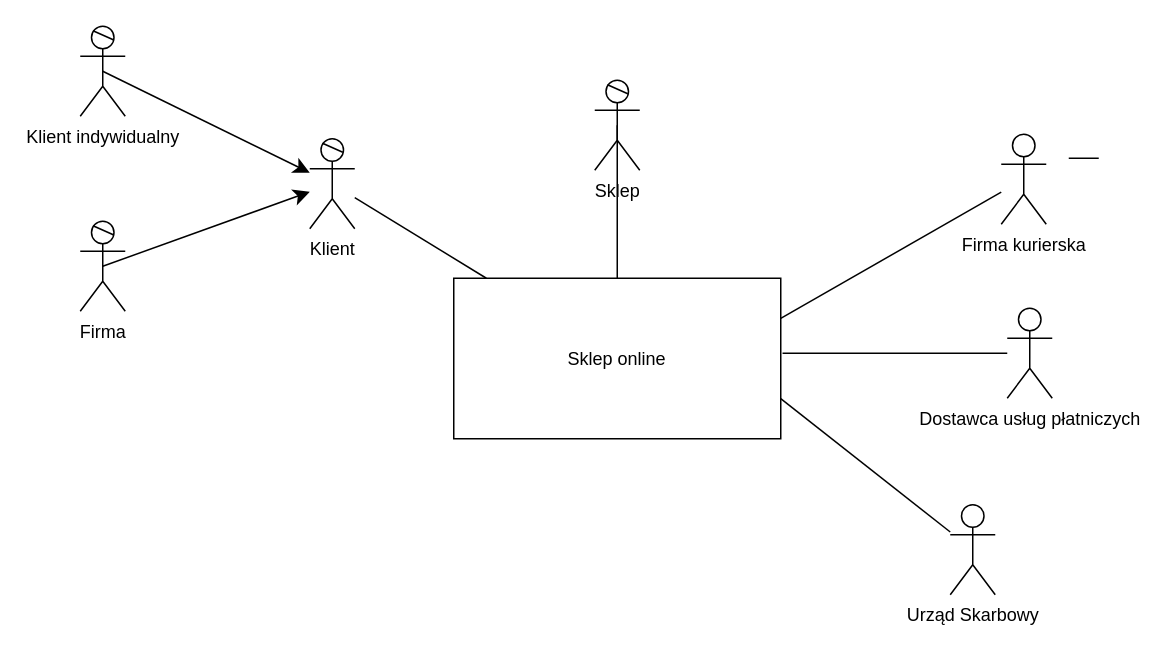
Tarik-Alaiwi-dev/psi keeps this draw.io diagram as Diagram bez tytułu.drawio. Above is the earlier version. Source tidied: cells renumbered, new cells numbered last; positions are measured from the earlier drawing's top-left corner, leaving out a move shared by most shapes. Both pictures are drawn from the tidied source at 150%, with x=0, y=0 at pixel (80, 26).
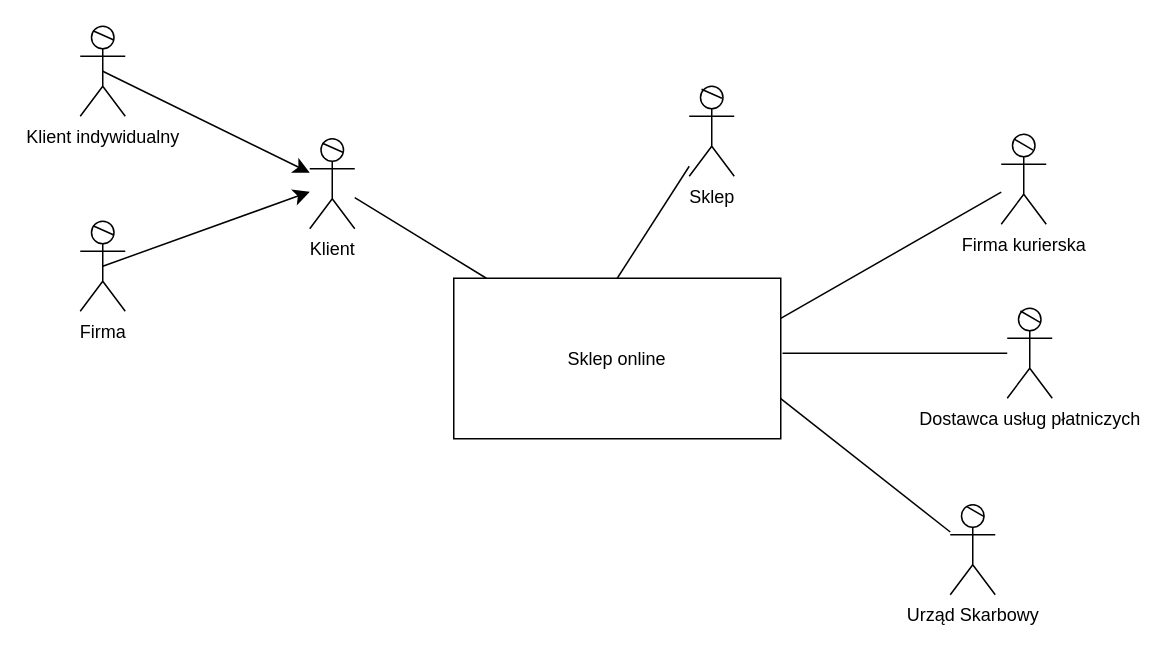
Above is the later version.

Unchanged cells that the change refers to:
```xml
<mxCell id="2" value="Sklep online" style="rounded=0;whiteSpace=wrap;html=1;" parent="1" vertex="1">
  <mxGeometry x="249" y="168" width="218" height="107" as="geometry" />
</mxCell>
```

Change to the diagram source:
```diff
@@
-    <mxCell id="18" style="line;strokeWidth=1;fillColor=none;align=left;verticalAlign=middle;spacingTop=-1;spacingLeft=3;spacingRight=3;labelPosition=right;strokeColor=inherit;" parent="1" vertex="1">
-      <mxGeometry x="659" y="84" width="20" height="8" as="geometry" />
+    <mxCell id="18" style="line;strokeWidth=1;fillColor=none;align=left;verticalAlign=middle;spacingTop=-1;spacingLeft=3;spacingRight=3;labelPosition=right;strokeColor=inherit;rotation=30;" parent="1" vertex="1">
+      <mxGeometry x="622" y="75" width="14.2" height="8" as="geometry" />
     </mxCell>
     <mxCell id="19" value="Sklep" style="shape=umlActor;verticalLabelPosition=bottom;verticalAlign=top;html=1;outlineConnect=0;" parent="1" vertex="1">
-      <mxGeometry x="343" y="36" width="30" height="60" as="geometry" />
+      <mxGeometry x="406" y="40" width="30" height="60" as="geometry" />
     </mxCell>
     <mxCell id="20" style="endArrow=none;html=1;rounded=0;fontSize=12;startSize=8;endSize=8;curved=1;" parent="1" edge="1">
       <mxGeometry relative="1" as="geometry">
-        <mxPoint x="351.5" y="39" as="sourcePoint" />
-        <mxPoint x="365" y="45" as="targetPoint" />
+        <mxPoint x="414.2" y="42" as="sourcePoint" />
+        <mxPoint x="427.8" y="48" as="targetPoint" />
       </mxGeometry>
     </mxCell>
-    <mxCell id="21" style="endArrow=none;html=1;rounded=0;entryX=0.5;entryY=0.5;entryDx=0;entryDy=0;entryPerimeter=0;exitX=0.5;exitY=0;exitDx=0;exitDy=0;" parent="1" edge="1" source="2" target="19">
+    <mxCell id="21" style="endArrow=none;html=1;rounded=0;exitX=0.5;exitY=0;exitDx=0;exitDy=0;" parent="1" edge="1" source="2" target="19">
       <mxGeometry relative="1" as="geometry" />
     </mxCell>
+    <mxCell id="22" style="line;strokeWidth=1;fillColor=none;align=left;verticalAlign=middle;spacingTop=-1;spacingLeft=3;spacingRight=3;labelPosition=right;strokeColor=inherit;rotation=30;" parent="1" vertex="1">
+      <mxGeometry x="625.8" y="189.6" width="15.1" height="8" as="geometry" />
+    </mxCell>
+    <mxCell id="23" style="line;strokeWidth=1;fillColor=none;align=left;verticalAlign=middle;spacingTop=-1;spacingLeft=3;spacingRight=3;labelPosition=right;strokeColor=inherit;rotation=30;" parent="1" vertex="1">
+      <mxGeometry x="590.5" y="248.2" width="13" height="151" as="geometry" />
+    </mxCell>
```
